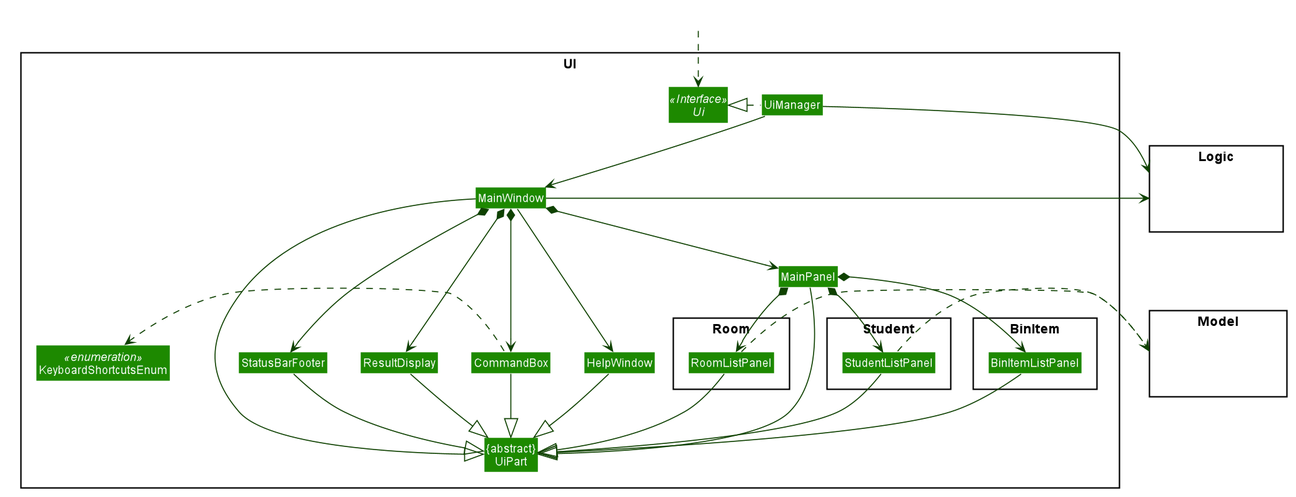
nus-cs2103-AY2021S1/tp keeps this PlantUML diagram as docs/images/UiClassDiagram.png. Above is the earlier version.
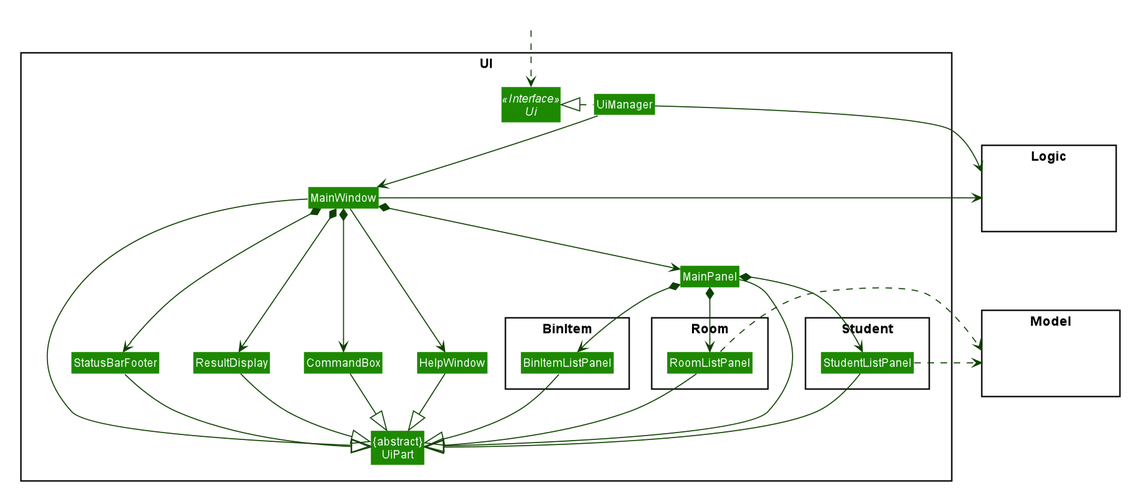
Later version of the same file.

What changed in the source:
```diff
@@ -61,7 +61,6 @@
 Class MainPanel
 Class StatusBarFooter
 Class CommandBox
-Class KeyboardShortcutsEnum
 
 skinparam componentBorderColor transparent
 package Room <<Rectangle>>{
@@ -85,8 +84,6 @@
 Class HiddenLogic #FFFFFF
 }
 
-Enum KeyboardShortcutsEnum <<enumeration>>
-
 Class HiddenOutside #FFFFFF
 HiddenOutside ..> Ui
 
@@ -109,7 +106,6 @@
 StudentListPanel ..right.> Model
 BinItemListPanel ..[hidden]right.> Model
 RoomListPanel ..right.> Model
-CommandBox .left.> KeyboardShortcutsEnum
 
 MainWindow --left|> UiPart
 
@@ -124,7 +120,6 @@
 
 HelpWindow -[hidden]left- CommandBox
 CommandBox -[hidden]left- ResultDisplay
-KeyboardShortcutsEnum -[hidden]right- UiPart
 ResultDisplay -[hidden]left- StatusBarFooter
 RoomListPanel -[hidden]left- BinItemListPanel
 StudentListPanel -[hidden]right- RoomListPanel
```
